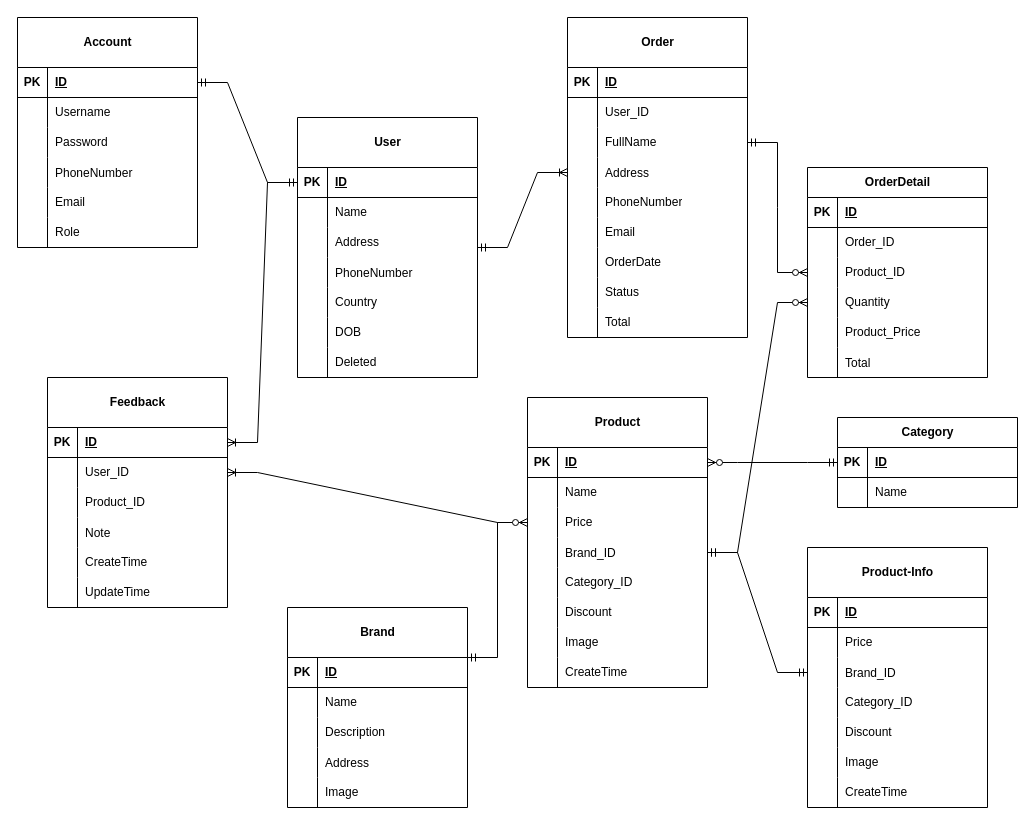
The draw.io diagram ERD/ERD for Assignment.drawio in HungGH32/SE1740, before the edit. Source tidied: cells renumbered, new cells numbered last; positions are measured from the earlier drawing's top-left corner, leaving out a move shared by most shapes. Both pictures are drawn from the tidied source at 100%, with x=0, y=0 at pixel (17, 17).
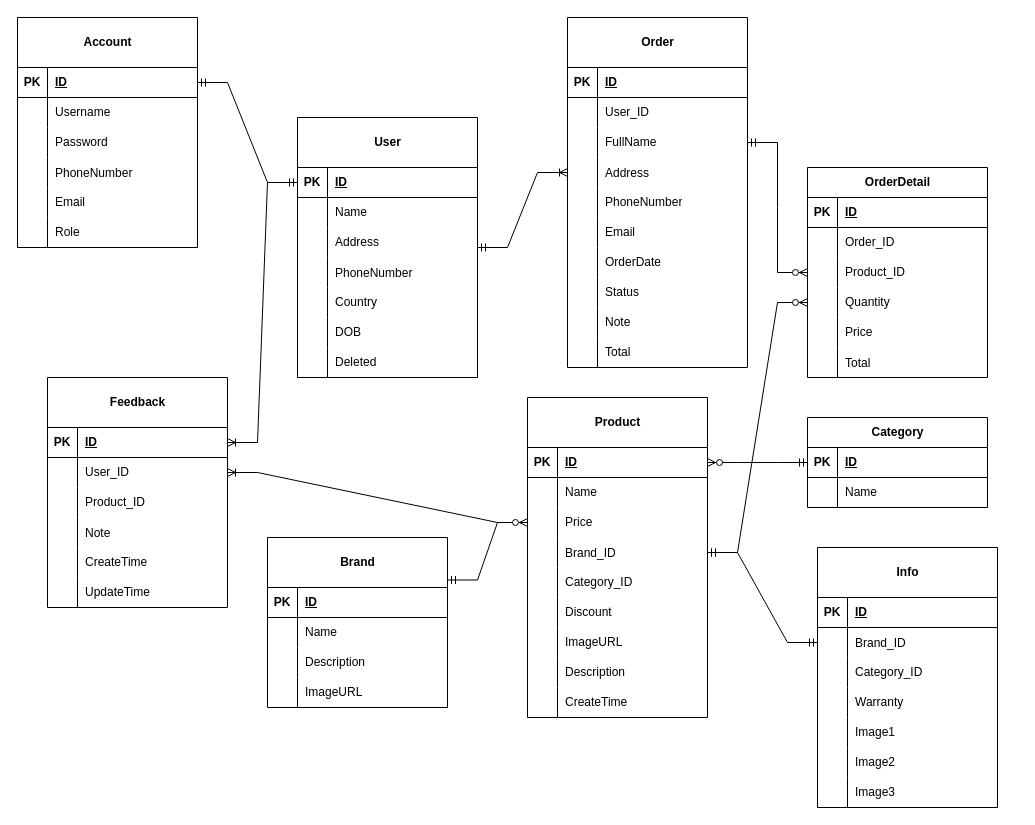
Above is the later version.

The change refers to these unchanged cells:
```xml
<mxCell id="37" style="shape=tableRow;horizontal=0;startSize=0;swimlaneHead=0;swimlaneBody=0;fillColor=none;top=0;left=0;right=0;bottom=0;" parent="24" vertex="1">
  <mxGeometry y="150" width="180" height="30" as="geometry" />
</mxCell>
<mxCell id="132" style="shape=tableRow;horizontal=0;startSize=0;swimlaneHead=0;swimlaneBody=0;fillColor=none;top=0;left=0;right=0;bottom=0;" parent="113" vertex="1">
  <mxGeometry y="230" width="180" height="30" as="geometry" />
</mxCell>
<mxCell id="151" style="shape=tableRow;horizontal=0;startSize=0;swimlaneHead=0;swimlaneBody=0;fillColor=none;top=0;left=0;right=0;bottom=0;" parent="138" vertex="1">
  <mxGeometry y="170" width="180" height="30" as="geometry" />
</mxCell>
<mxCell id="154" style="shape=tableRow;horizontal=0;startSize=0;swimlaneHead=0;swimlaneBody=0;fillColor=none;top=0;left=0;right=0;bottom=0;" parent="138" vertex="1">
  <mxGeometry y="200" width="180" height="30" as="geometry" />
</mxCell>
<mxCell id="157" style="shape=tableRow;horizontal=0;startSize=0;swimlaneHead=0;swimlaneBody=0;fillColor=none;top=0;left=0;right=0;bottom=0;" parent="138" vertex="1">
  <mxGeometry y="230" width="180" height="30" as="geometry" />
</mxCell>
```

Diff of the diagram source:
```diff
@@
-    <mxCell id="39" value="Product_Price" style="shape=partialRectangle;fillColor=none;top=0;left=0;bottom=0;right=0;align=left;spacingLeft=6;overflow=hidden;whiteSpace=wrap;html=1;" parent="37" vertex="1">
+    <mxCell id="39" value="Price" style="shape=partialRectangle;fillColor=none;top=0;left=0;bottom=0;right=0;align=left;spacingLeft=6;overflow=hidden;whiteSpace=wrap;html=1;" parent="37" vertex="1">
       <mxGeometry x="30" width="150" height="30" as="geometry" />
     </mxCell>
@@
     <mxCell id="43" value="Category" style="shape=table;startSize=30;childLayout=tableLayout;rowLines=0;fontStyle=1;align=center;html=1;" parent="1" vertex="1">
-      <mxGeometry x="820" y="400" width="180" height="90" as="geometry" />
+      <mxGeometry x="790" y="400" width="180" height="90" as="geometry" />
     </mxCell>
@@
     <mxCell id="69" value="Brand" style="shape=table;startSize=50;childLayout=tableLayout;rowLines=0;fontStyle=1;align=center;html=1;" parent="1" vertex="1">
-      <mxGeometry x="270" y="590" width="180" height="200" as="geometry" />
+      <mxGeometry x="250" y="520" width="180" height="170" as="geometry" />
     </mxCell>
@@
-    <mxCell id="79" style="shape=tableRow;horizontal=0;startSize=0;swimlaneHead=0;swimlaneBody=0;fillColor=none;top=0;left=0;right=0;bottom=0;" parent="69" vertex="1">
-      <mxGeometry y="140" width="180" height="30" as="geometry" />
-    </mxCell>
-    <mxCell id="80" style="shape=partialRectangle;fillColor=none;top=0;left=0;bottom=0;right=0;overflow=hidden;" parent="79" vertex="1">
-      <mxGeometry width="30" height="30" as="geometry" />
-    </mxCell>
-    <mxCell id="81" value="Address" style="shape=partialRectangle;fillColor=none;top=0;left=0;bottom=0;right=0;align=left;spacingLeft=6;overflow=hidden;" parent="79" vertex="1">
-      <mxGeometry x="30" width="150" height="30" as="geometry" />
-    </mxCell>
     <mxCell id="82" style="shape=tableRow;horizontal=0;startSize=0;swimlaneHead=0;swimlaneBody=0;fillColor=none;top=0;left=0;right=0;bottom=0;" parent="69" vertex="1">
-      <mxGeometry y="170" width="180" height="30" as="geometry" />
+      <mxGeometry y="140" width="180" height="30" as="geometry" />
     </mxCell>
@@
-    <mxCell id="84" value="Image" style="shape=partialRectangle;fillColor=none;top=0;left=0;bottom=0;right=0;align=left;spacingLeft=6;overflow=hidden;whiteSpace=wrap;html=1;" parent="82" vertex="1">
+    <mxCell id="84" value="ImageURL" style="shape=partialRectangle;fillColor=none;top=0;left=0;bottom=0;right=0;align=left;spacingLeft=6;overflow=hidden;whiteSpace=wrap;html=1;" parent="82" vertex="1">
       <mxGeometry x="30" width="150" height="30" as="geometry" />
     </mxCell>
     <mxCell id="85" value="Order" style="shape=table;startSize=50;childLayout=tableLayout;rowLines=0;fontStyle=1;align=center;html=1;" parent="1" vertex="1">
-      <mxGeometry x="550" width="180" height="320" as="geometry" />
+      <mxGeometry x="550" width="180" height="350" as="geometry" />
     </mxCell>
@@
+    <mxCell id="188" style="shape=tableRow;horizontal=0;startSize=0;swimlaneHead=0;swimlaneBody=0;fillColor=none;top=0;left=0;right=0;bottom=0;" parent="85" vertex="1">
+      <mxGeometry y="290" width="180" height="30" as="geometry" />
+    </mxCell>
+    <mxCell id="189" style="shape=partialRectangle;fillColor=none;top=0;left=0;bottom=0;right=0;overflow=hidden;whiteSpace=wrap;html=1;" parent="188" vertex="1">
+      <mxGeometry width="30" height="30" as="geometry" />
+    </mxCell>
+    <mxCell id="190" value="Note" style="shape=partialRectangle;fillColor=none;top=0;left=0;bottom=0;right=0;align=left;spacingLeft=6;overflow=hidden;whiteSpace=wrap;html=1;" parent="188" vertex="1">
+      <mxGeometry x="30" width="150" height="30" as="geometry" />
+    </mxCell>
     <mxCell id="110" style="shape=tableRow;horizontal=0;startSize=0;swimlaneHead=0;swimlaneBody=0;fillColor=none;top=0;left=0;right=0;bottom=0;" parent="85" vertex="1">
-      <mxGeometry y="290" width="180" height="30" as="geometry" />
+      <mxGeometry y="320" width="180" height="30" as="geometry" />
     </mxCell>
@@
     <mxCell id="113" value="Product" style="shape=table;startSize=50;childLayout=tableLayout;rowLines=0;fontStyle=1;align=center;html=1;" parent="1" vertex="1">
-      <mxGeometry x="510" y="380" width="180" height="290" as="geometry" />
+      <mxGeometry x="510" y="380" width="180" height="320" as="geometry" />
     </mxCell>
@@
-    <mxCell id="134" value="Image" style="shape=partialRectangle;fillColor=none;top=0;left=0;bottom=0;right=0;align=left;spacingLeft=6;overflow=hidden;whiteSpace=wrap;html=1;" parent="132" vertex="1">
+    <mxCell id="134" value="ImageURL" style="shape=partialRectangle;fillColor=none;top=0;left=0;bottom=0;right=0;align=left;spacingLeft=6;overflow=hidden;whiteSpace=wrap;html=1;" parent="132" vertex="1">
       <mxGeometry x="30" width="150" height="30" as="geometry" />
     </mxCell>
+    <mxCell id="191" style="shape=tableRow;horizontal=0;startSize=0;swimlaneHead=0;swimlaneBody=0;fillColor=none;top=0;left=0;right=0;bottom=0;" parent="113" vertex="1">
+      <mxGeometry y="260" width="180" height="30" as="geometry" />
+    </mxCell>
+    <mxCell id="192" style="shape=partialRectangle;fillColor=none;top=0;left=0;bottom=0;right=0;overflow=hidden;whiteSpace=wrap;html=1;" parent="191" vertex="1">
+      <mxGeometry width="30" height="30" as="geometry" />
+    </mxCell>
+    <mxCell id="193" value="Description" style="shape=partialRectangle;fillColor=none;top=0;left=0;bottom=0;right=0;align=left;spacingLeft=6;overflow=hidden;whiteSpace=wrap;html=1;" parent="191" vertex="1">
+      <mxGeometry x="30" width="150" height="30" as="geometry" />
+    </mxCell>
     <mxCell id="135" style="shape=tableRow;horizontal=0;startSize=0;swimlaneHead=0;swimlaneBody=0;fillColor=none;top=0;left=0;right=0;bottom=0;" parent="113" vertex="1">
-      <mxGeometry y="260" width="180" height="30" as="geometry" />
+      <mxGeometry y="290" width="180" height="30" as="geometry" />
     </mxCell>
@@
-    <mxCell id="138" value="Product-Info" style="shape=table;startSize=50;childLayout=tableLayout;rowLines=0;fontStyle=1;align=center;html=1;" parent="1" vertex="1">
-      <mxGeometry x="790" y="530" width="180" height="260" as="geometry" />
+    <mxCell id="138" value="Info" style="shape=table;startSize=50;childLayout=tableLayout;rowLines=0;fontStyle=1;align=center;html=1;" parent="1" vertex="1">
+      <mxGeometry x="800" y="530" width="180" height="260" as="geometry" />
     </mxCell>
@@
-    <mxCell id="142" style="shape=tableRow;horizontal=0;startSize=0;swimlaneHead=0;swimlaneBody=0;fillColor=none;top=0;left=0;right=0;bottom=0;" parent="138" vertex="1">
-      <mxGeometry y="80" width="180" height="30" as="geometry" />
-    </mxCell>
-    <mxCell id="143" style="shape=partialRectangle;fillColor=none;top=0;left=0;bottom=0;right=0;overflow=hidden;whiteSpace=wrap;html=1;" parent="142" vertex="1">
-      <mxGeometry width="30" height="30" as="geometry" />
-    </mxCell>
-    <mxCell id="144" value="Price" style="shape=partialRectangle;fillColor=none;top=0;left=0;bottom=0;right=0;align=left;spacingLeft=6;overflow=hidden;whiteSpace=wrap;html=1;" parent="142" vertex="1">
-      <mxGeometry x="30" width="150" height="30" as="geometry" />
-    </mxCell>
     <mxCell id="145" style="shape=tableRow;horizontal=0;startSize=0;swimlaneHead=0;swimlaneBody=0;fillColor=none;points=[[0,0.5],[1,0.5]];portConstraint=eastwest;top=0;left=0;right=0;bottom=0;" parent="138" vertex="1">
-      <mxGeometry y="110" width="180" height="30" as="geometry" />
+      <mxGeometry y="80" width="180" height="30" as="geometry" />
     </mxCell>
@@
     <mxCell id="148" style="shape=tableRow;horizontal=0;startSize=0;swimlaneHead=0;swimlaneBody=0;fillColor=none;top=0;left=0;right=0;bottom=0;" parent="138" vertex="1">
-      <mxGeometry y="140" width="180" height="30" as="geometry" />
+      <mxGeometry y="110" width="180" height="30" as="geometry" />
     </mxCell>
@@
+    <mxCell id="79" style="shape=tableRow;horizontal=0;startSize=0;swimlaneHead=0;swimlaneBody=0;fillColor=none;top=0;left=0;right=0;bottom=0;" parent="138" vertex="1">
+      <mxGeometry y="140" width="180" height="30" as="geometry" />
+    </mxCell>
+    <mxCell id="194" style="shape=partialRectangle;fillColor=none;top=0;left=0;bottom=0;right=0;overflow=hidden;whiteSpace=wrap;html=1;" parent="79" vertex="1">
+      <mxGeometry width="30" height="30" as="geometry" />
+    </mxCell>
+    <mxCell id="195" value="Warranty" style="shape=partialRectangle;fillColor=none;top=0;left=0;bottom=0;right=0;align=left;spacingLeft=6;overflow=hidden;whiteSpace=wrap;html=1;" parent="79" vertex="1">
+      <mxGeometry x="30" width="150" height="30" as="geometry" />
+    </mxCell>
@@
-    <mxCell id="153" value="Discount" style="shape=partialRectangle;fillColor=none;top=0;left=0;bottom=0;right=0;align=left;spacingLeft=6;overflow=hidden;whiteSpace=wrap;html=1;" parent="151" vertex="1">
+    <mxCell id="153" value="Image1" style="shape=partialRectangle;fillColor=none;top=0;left=0;bottom=0;right=0;align=left;spacingLeft=6;overflow=hidden;whiteSpace=wrap;html=1;" parent="151" vertex="1">
       <mxGeometry x="30" width="150" height="30" as="geometry" />
     </mxCell>
@@
-    <mxCell id="156" value="Image" style="shape=partialRectangle;fillColor=none;top=0;left=0;bottom=0;right=0;align=left;spacingLeft=6;overflow=hidden;whiteSpace=wrap;html=1;" parent="154" vertex="1">
+    <mxCell id="156" value="Image2" style="shape=partialRectangle;fillColor=none;top=0;left=0;bottom=0;right=0;align=left;spacingLeft=6;overflow=hidden;whiteSpace=wrap;html=1;" parent="154" vertex="1">
       <mxGeometry x="30" width="150" height="30" as="geometry" />
     </mxCell>
@@
-    <mxCell id="159" value="CreateTime" style="shape=partialRectangle;fillColor=none;top=0;left=0;bottom=0;right=0;align=left;spacingLeft=6;overflow=hidden;whiteSpace=wrap;html=1;" parent="157" vertex="1">
+    <mxCell id="159" value="Image3" style="shape=partialRectangle;fillColor=none;top=0;left=0;bottom=0;right=0;align=left;spacingLeft=6;overflow=hidden;whiteSpace=wrap;html=1;" parent="157" vertex="1">
       <mxGeometry x="30" width="150" height="30" as="geometry" />
     </mxCell>
```
